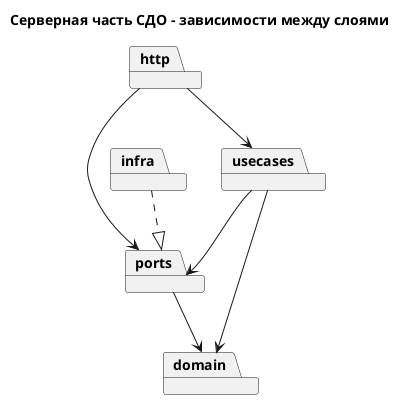
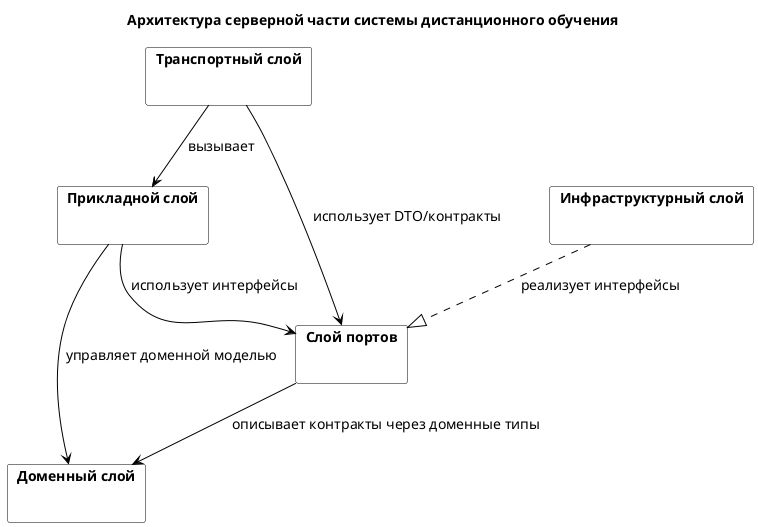
@startuml
- title Серверная часть СДО - зависимости между слоями
+ title Архитектура серверной части системы дистанционного обучения

skinparam packageStyle rectangle
+ skinparam shadowing false
+ skinparam defaultFontName Times New Roman
+ skinparam defaultFontSize 14
+ skinparam ArrowColor black
+ skinparam PackageBorderColor black
+ skinparam PackageFontColor black
+ skinparam PackageBackgroundColor white

- package http
- package usecases
- package ports
+ package "Транспортный слой" as http {
+ }

- package domain
+ package "Прикладной слой" as usecases {
+ }

- package infra
+ package "Слой портов" as ports {
+ }

- http --> usecases
- http --> ports
- usecases --> ports
- usecases --> domain
- ports --> domain
- infra ..|> ports
+ package "Доменный слой" as domain {
+ }

- @enduml
+ package "Инфраструктурный слой" as infra {
+ }
+ 
+ http --> usecases : вызывает
+ http --> ports : использует DTO/контракты
+ usecases --> ports : использует интерфейсы
+ usecases --> domain : управляет доменной моделью
+ ports --> domain : описывает контракты через доменные типы
+ infra ..|> ports : реализует интерфейсы
+ 
+ @enduml